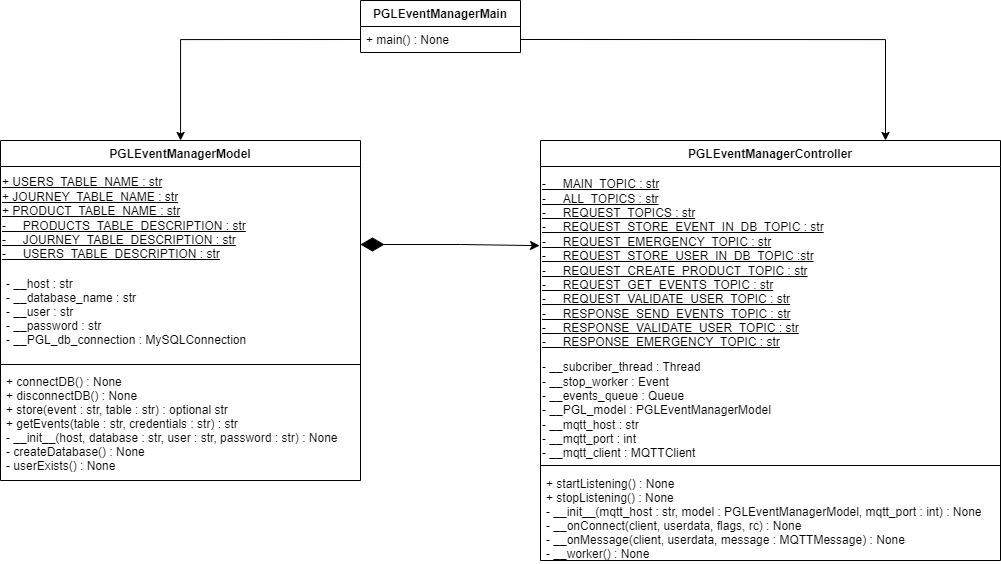
asgersong/PGLEventManager keeps this draw.io diagram as PGLEventManager_ClassDiagram.drawio.png. Above is the earlier version. Source tidied: cells renumbered, new cells last; positions are measured from the earlier drawing's top-left corner, leaving out a move shared by most shapes. The source it was exported from:
```xml
<mxGraphModel>
  <root>
    <mxCell id="0" />
    <mxCell id="1" parent="0" />
    <mxCell id="2" value="PGLEventManagerMain" style="swimlane;fontStyle=1;align=center;verticalAlign=top;horizontal=1;startSize=26;" parent="1" vertex="1">
      <mxGeometry x="360" width="160" height="52" as="geometry" />
    </mxCell>
    <mxCell id="3" value="+ main() : None" style="text;strokeColor=none;fillColor=none;align=left;verticalAlign=top;spacingLeft=4;spacingRight=4;overflow=hidden;points=[[0,0.5],[1,0.5]];portConstraint=eastwest;" parent="2" vertex="1">
      <mxGeometry y="26" width="160" height="26" as="geometry" />
    </mxCell>
    <mxCell id="4" value="PGLEventManagerModel" style="swimlane;fontStyle=1;align=center;verticalAlign=top;horizontal=1;startSize=26;" parent="1" vertex="1">
      <mxGeometry y="140" width="360" height="340" as="geometry" />
    </mxCell>
    <mxCell id="5" value="&lt;u&gt;+ USERS_TABLE_NAME : str&lt;br style=&quot;border-color: var(--border-color); padding: 0px; margin: 0px;&quot;&gt;&lt;span style=&quot;&quot;&gt;+ JOURNEY_TABLE_NAME : str&lt;/span&gt;&lt;br style=&quot;border-color: var(--border-color); padding: 0px; margin: 0px;&quot;&gt;&lt;span style=&quot;&quot;&gt;+ PRODUCT_TABLE_NAME : str&lt;/span&gt;&lt;br style=&quot;border-color: var(--border-color); padding: 0px; margin: 0px;&quot;&gt;&lt;span style=&quot;&quot;&gt;-&amp;nbsp;__PRODUCTS_TABLE_DESCRIPTION : str&lt;/span&gt;&lt;br style=&quot;border-color: var(--border-color); padding: 0px; margin: 0px;&quot;&gt;&lt;span style=&quot;&quot;&gt;-&amp;nbsp;__JOURNEY_TABLE_DESCRIPTION : str&lt;/span&gt;&lt;br style=&quot;border-color: var(--border-color); padding: 0px; margin: 0px;&quot;&gt;&lt;/u&gt;&lt;div style=&quot;&quot;&gt;&lt;span style=&quot;background-color: initial;&quot;&gt;&lt;u&gt;-&amp;nbsp;__USERS_TABLE_DESCRIPTION : str&lt;/u&gt;&lt;/span&gt;&lt;/div&gt;" style="html=1;align=left;strokeColor=none;fillColor=none;" parent="4" vertex="1">
      <mxGeometry y="26" width="360" height="104" as="geometry" />
    </mxCell>
    <mxCell id="6" value="- __host : str&#10;- __database_name : str&#10;- __user : str&#10;- __password : str&#10;- __PGL_db_connection : MySQLConnection" style="text;strokeColor=none;fillColor=none;align=left;verticalAlign=top;spacingLeft=4;spacingRight=4;overflow=hidden;" parent="4" vertex="1">
      <mxGeometry y="130" width="360" height="90" as="geometry" />
    </mxCell>
    <mxCell id="7" style="line;strokeWidth=1;fillColor=none;align=left;verticalAlign=middle;spacingTop=-1;spacingLeft=3;spacingRight=3;labelPosition=right;strokeColor=inherit;" parent="4" vertex="1">
      <mxGeometry y="220" width="360" height="8" as="geometry" />
    </mxCell>
    <mxCell id="8" value="+ connectDB() : None&#10;+ disconnectDB() : None&#10;+ store(event : str, table : str) : optional str&#10;+ getEvents(table : str, credentials : str) : str&#10;- __init__(host, database : str, user : str, password : str) : None&#10;- createDatabase() : None&#10;- userExists() : None&#10;&#10;" style="text;strokeColor=none;fillColor=none;align=left;verticalAlign=top;spacingLeft=4;spacingRight=4;overflow=hidden;" parent="4" vertex="1">
      <mxGeometry y="228" width="360" height="112" as="geometry" />
    </mxCell>
    <mxCell id="9" value="PGLEventManagerController" style="swimlane;fontStyle=1;align=center;verticalAlign=top;horizontal=1;startSize=26;" parent="1" vertex="1">
      <mxGeometry x="540" y="140" width="460" height="420" as="geometry" />
    </mxCell>
    <mxCell id="10" value="&lt;div&gt;- __MAIN_TOPIC : str&lt;/div&gt;&lt;div&gt;- __ALL_TOPICS : str&lt;/div&gt;&lt;div&gt;- __REQUEST_TOPICS : str&lt;/div&gt;&lt;div&gt;&lt;div&gt;- __REQUEST_STORE_EVENT_IN_DB_TOPIC : str&lt;/div&gt;&lt;div&gt;- __REQUEST_EMERGENCY_TOPIC : str&lt;/div&gt;&lt;/div&gt;&lt;div&gt;&lt;div&gt;- __REQUEST_STORE_USER_IN_DB_TOPIC :str&lt;/div&gt;&lt;div&gt;- __REQUEST_CREATE_PRODUCT_TOPIC : str&lt;/div&gt;&lt;div&gt;- __REQUEST_GET_EVENTS_TOPIC : str&lt;/div&gt;&lt;div&gt;- __REQUEST_VALIDATE_USER_TOPIC : str&lt;/div&gt;&lt;div&gt;- __RESPONSE_SEND_EVENTS_TOPIC : str&lt;/div&gt;&lt;div&gt;- __RESPONSE_VALIDATE_USER_TOPIC : str&lt;/div&gt;&lt;div&gt;- __RESPONSE_EMERGENCY_TOPIC : str&lt;/div&gt;&lt;/div&gt;" style="html=1;strokeColor=none;fillColor=none;align=left;fontStyle=4;" parent="9" vertex="1">
      <mxGeometry y="26" width="460" height="194" as="geometry" />
    </mxCell>
    <mxCell id="11" value="- __subcriber_thread : Thread&lt;br&gt;- __stop_worker : Event&lt;br&gt;- __events_queue : Queue&lt;br&gt;- __PGL_model : PGLEventManagerModel&lt;br&gt;- __mqtt_host : str&lt;br&gt;- __mqtt_port : int&lt;br&gt;- __mqtt_client : MQTTClient" style="html=1;strokeColor=none;fillColor=none;align=left;" parent="9" vertex="1">
      <mxGeometry y="220" width="460" height="100" as="geometry" />
    </mxCell>
    <mxCell id="12" style="line;strokeWidth=1;fillColor=none;align=left;verticalAlign=middle;spacingTop=-1;spacingLeft=3;spacingRight=3;labelPosition=right;strokeColor=inherit;" parent="9" vertex="1">
      <mxGeometry y="320" width="460" as="geometry" />
    </mxCell>
    <mxCell id="13" style="line;strokeWidth=1;html=1;perimeter=backbonePerimeter;strokeColor=default;fillColor=none;" parent="9" vertex="1">
      <mxGeometry y="320" width="460" height="10" as="geometry" />
    </mxCell>
    <mxCell id="14" value="+ startListening() : None&#10;+ stopListening() : None&#10;- __init__(mqtt_host : str, model : PGLEventManagerModel, mqtt_port : int) : None&#10;- __onConnect(client, userdata, flags, rc) : None&#10;- __onMessage(client, userdata, message : MQTTMessage) : None&#10;- __worker() : None&#10;" style="text;strokeColor=none;fillColor=none;align=left;verticalAlign=top;spacingLeft=4;spacingRight=4;overflow=hidden;" parent="9" vertex="1">
      <mxGeometry y="330" width="460" height="90" as="geometry" />
    </mxCell>
    <mxCell id="15" style="edgeStyle=orthogonalEdgeStyle;rounded=0;jettySize=auto;html=1;exitX=0;exitY=0.5;exitDx=0;exitDy=0;" parent="1" edge="1" source="3" target="4">
      <mxGeometry relative="1" as="geometry" />
    </mxCell>
    <mxCell id="16" style="edgeStyle=orthogonalEdgeStyle;rounded=0;jettySize=auto;html=1;exitX=1;exitY=0.5;exitDx=0;exitDy=0;entryX=0.75;entryY=0;entryDx=0;entryDy=0;" parent="1" edge="1" source="3" target="9">
      <mxGeometry relative="1" as="geometry" />
    </mxCell>
    <mxCell id="17" style="edgeStyle=orthogonalEdgeStyle;rounded=0;jettySize=auto;html=1;exitX=1;exitY=0.75;exitDx=0;exitDy=0;strokeWidth=1;startArrow=diamondThin;startFill=1;startSize=21;endSize=7;entryX=-0.002;entryY=0.408;entryDx=0;entryDy=0;entryPerimeter=0;" parent="1" edge="1" source="5" target="10">
      <mxGeometry relative="1" as="geometry" />
    </mxCell>
  </root>
</mxGraphModel>
```
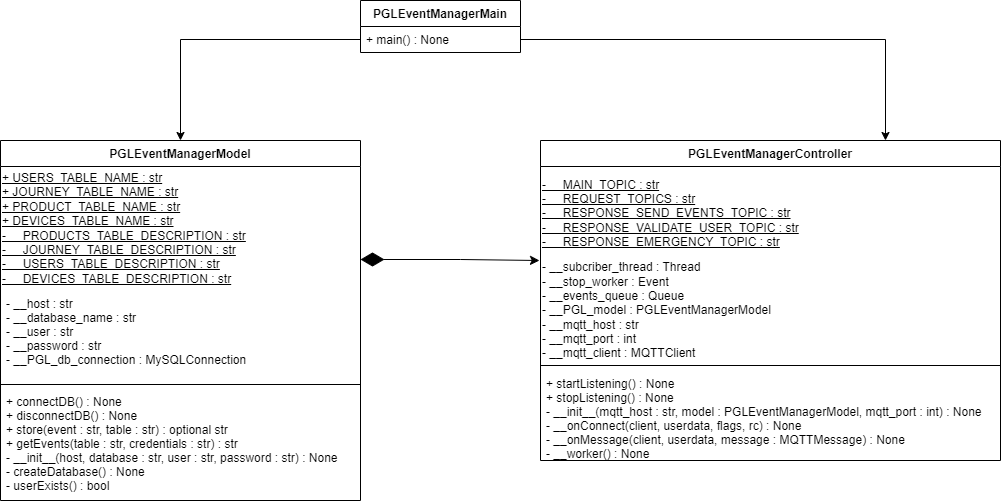
After the commit.

Commit message:
updated class diagram

Diff of the diagram source:
```diff
@@ -9,37 +9,37 @@
       <mxGeometry y="26" width="160" height="26" as="geometry" />
     </mxCell>
     <mxCell id="4" value="PGLEventManagerModel" style="swimlane;fontStyle=1;align=center;verticalAlign=top;horizontal=1;startSize=26;" parent="1" vertex="1">
-      <mxGeometry y="140" width="360" height="340" as="geometry" />
+      <mxGeometry y="140" width="360" height="360" as="geometry" />
     </mxCell>
-    <mxCell id="5" value="&lt;u&gt;+ USERS_TABLE_NAME : str&lt;br style=&quot;border-color: var(--border-color); padding: 0px; margin: 0px;&quot;&gt;&lt;span style=&quot;&quot;&gt;+ JOURNEY_TABLE_NAME : str&lt;/span&gt;&lt;br style=&quot;border-color: var(--border-color); padding: 0px; margin: 0px;&quot;&gt;&lt;span style=&quot;&quot;&gt;+ PRODUCT_TABLE_NAME : str&lt;/span&gt;&lt;br style=&quot;border-color: var(--border-color); padding: 0px; margin: 0px;&quot;&gt;&lt;span style=&quot;&quot;&gt;-&amp;nbsp;__PRODUCTS_TABLE_DESCRIPTION : str&lt;/span&gt;&lt;br style=&quot;border-color: var(--border-color); padding: 0px; margin: 0px;&quot;&gt;&lt;span style=&quot;&quot;&gt;-&amp;nbsp;__JOURNEY_TABLE_DESCRIPTION : str&lt;/span&gt;&lt;br style=&quot;border-color: var(--border-color); padding: 0px; margin: 0px;&quot;&gt;&lt;/u&gt;&lt;div style=&quot;&quot;&gt;&lt;span style=&quot;background-color: initial;&quot;&gt;&lt;u&gt;-&amp;nbsp;__USERS_TABLE_DESCRIPTION : str&lt;/u&gt;&lt;/span&gt;&lt;/div&gt;" style="html=1;align=left;strokeColor=none;fillColor=none;" parent="4" vertex="1">
-      <mxGeometry y="26" width="360" height="104" as="geometry" />
+    <mxCell id="5" value="&lt;u&gt;+ USERS_TABLE_NAME : str&lt;br style=&quot;border-color: var(--border-color); padding: 0px; margin: 0px;&quot;&gt;&lt;span style=&quot;&quot;&gt;+ JOURNEY_TABLE_NAME : str&lt;/span&gt;&lt;br style=&quot;border-color: var(--border-color); padding: 0px; margin: 0px;&quot;&gt;&lt;span style=&quot;&quot;&gt;+ PRODUCT_TABLE_NAME : str&lt;br&gt;&lt;/span&gt;+ DEVICES_TABLE_NAME : str&lt;br style=&quot;border-color: var(--border-color); padding: 0px; margin: 0px;&quot;&gt;&lt;span style=&quot;&quot;&gt;-&amp;nbsp;__PRODUCTS_TABLE_DESCRIPTION : str&lt;/span&gt;&lt;br style=&quot;border-color: var(--border-color); padding: 0px; margin: 0px;&quot;&gt;&lt;span style=&quot;&quot;&gt;-&amp;nbsp;__JOURNEY_TABLE_DESCRIPTION : str&lt;/span&gt;&lt;br style=&quot;border-color: var(--border-color); padding: 0px; margin: 0px;&quot;&gt;&lt;/u&gt;&lt;div style=&quot;&quot;&gt;&lt;span style=&quot;background-color: initial;&quot;&gt;&lt;u&gt;-&amp;nbsp;__USERS_TABLE_DESCRIPTION : str&lt;/u&gt;&lt;/span&gt;&lt;/div&gt;&lt;div style=&quot;&quot;&gt;&lt;span style=&quot;background-color: initial;&quot;&gt;&lt;u&gt;- __DEVICES_TABLE_DESCRIPTION : str&lt;/u&gt;&lt;/span&gt;&lt;/div&gt;" style="html=1;align=left;strokeColor=none;fillColor=none;" parent="4" vertex="1">
+      <mxGeometry y="26" width="360" height="124" as="geometry" />
     </mxCell>
     <mxCell id="6" value="- __host : str&#10;- __database_name : str&#10;- __user : str&#10;- __password : str&#10;- __PGL_db_connection : MySQLConnection" style="text;strokeColor=none;fillColor=none;align=left;verticalAlign=top;spacingLeft=4;spacingRight=4;overflow=hidden;" parent="4" vertex="1">
-      <mxGeometry y="130" width="360" height="90" as="geometry" />
+      <mxGeometry y="150" width="360" height="90" as="geometry" />
     </mxCell>
     <mxCell id="7" style="line;strokeWidth=1;fillColor=none;align=left;verticalAlign=middle;spacingTop=-1;spacingLeft=3;spacingRight=3;labelPosition=right;strokeColor=inherit;" parent="4" vertex="1">
-      <mxGeometry y="220" width="360" height="8" as="geometry" />
+      <mxGeometry y="240" width="360" height="8" as="geometry" />
     </mxCell>
-    <mxCell id="8" value="+ connectDB() : None&#10;+ disconnectDB() : None&#10;+ store(event : str, table : str) : optional str&#10;+ getEvents(table : str, credentials : str) : str&#10;- __init__(host, database : str, user : str, password : str) : None&#10;- createDatabase() : None&#10;- userExists() : None&#10;&#10;" style="text;strokeColor=none;fillColor=none;align=left;verticalAlign=top;spacingLeft=4;spacingRight=4;overflow=hidden;" parent="4" vertex="1">
-      <mxGeometry y="228" width="360" height="112" as="geometry" />
+    <mxCell id="8" value="+ connectDB() : None&#10;+ disconnectDB() : None&#10;+ store(event : str, table : str) : optional str&#10;+ getEvents(table : str, credentials : str) : str&#10;- __init__(host, database : str, user : str, password : str) : None&#10;- createDatabase() : None&#10;- userExists() : bool&#10;&#10;" style="text;strokeColor=none;fillColor=none;align=left;verticalAlign=top;spacingLeft=4;spacingRight=4;overflow=hidden;" parent="4" vertex="1">
+      <mxGeometry y="248" width="360" height="112" as="geometry" />
     </mxCell>
     <mxCell id="9" value="PGLEventManagerController" style="swimlane;fontStyle=1;align=center;verticalAlign=top;horizontal=1;startSize=26;" parent="1" vertex="1">
-      <mxGeometry x="540" y="140" width="460" height="420" as="geometry" />
+      <mxGeometry x="540" y="140" width="460" height="320" as="geometry" />
     </mxCell>
-    <mxCell id="10" value="&lt;div&gt;- __MAIN_TOPIC : str&lt;/div&gt;&lt;div&gt;- __ALL_TOPICS : str&lt;/div&gt;&lt;div&gt;- __REQUEST_TOPICS : str&lt;/div&gt;&lt;div&gt;&lt;div&gt;- __REQUEST_STORE_EVENT_IN_DB_TOPIC : str&lt;/div&gt;&lt;div&gt;- __REQUEST_EMERGENCY_TOPIC : str&lt;/div&gt;&lt;/div&gt;&lt;div&gt;&lt;div&gt;- __REQUEST_STORE_USER_IN_DB_TOPIC :str&lt;/div&gt;&lt;div&gt;- __REQUEST_CREATE_PRODUCT_TOPIC : str&lt;/div&gt;&lt;div&gt;- __REQUEST_GET_EVENTS_TOPIC : str&lt;/div&gt;&lt;div&gt;- __REQUEST_VALIDATE_USER_TOPIC : str&lt;/div&gt;&lt;div&gt;- __RESPONSE_SEND_EVENTS_TOPIC : str&lt;/div&gt;&lt;div&gt;- __RESPONSE_VALIDATE_USER_TOPIC : str&lt;/div&gt;&lt;div&gt;- __RESPONSE_EMERGENCY_TOPIC : str&lt;/div&gt;&lt;/div&gt;" style="html=1;strokeColor=none;fillColor=none;align=left;fontStyle=4;" parent="9" vertex="1">
-      <mxGeometry y="26" width="460" height="194" as="geometry" />
+    <mxCell id="10" value="&lt;div&gt;- __MAIN_TOPIC : str&lt;/div&gt;&lt;div&gt;- __REQUEST_TOPICS : str&lt;/div&gt;&lt;div&gt;&lt;div&gt;- __RESPONSE_SEND_EVENTS_TOPIC : str&lt;/div&gt;&lt;div&gt;- __RESPONSE_VALIDATE_USER_TOPIC : str&lt;/div&gt;&lt;div&gt;- __RESPONSE_EMERGENCY_TOPIC : str&lt;/div&gt;&lt;/div&gt;" style="html=1;strokeColor=none;fillColor=none;align=left;fontStyle=4;" parent="9" vertex="1">
+      <mxGeometry y="26" width="460" height="94" as="geometry" />
     </mxCell>
     <mxCell id="11" value="- __subcriber_thread : Thread&lt;br&gt;- __stop_worker : Event&lt;br&gt;- __events_queue : Queue&lt;br&gt;- __PGL_model : PGLEventManagerModel&lt;br&gt;- __mqtt_host : str&lt;br&gt;- __mqtt_port : int&lt;br&gt;- __mqtt_client : MQTTClient" style="html=1;strokeColor=none;fillColor=none;align=left;" parent="9" vertex="1">
-      <mxGeometry y="220" width="460" height="100" as="geometry" />
+      <mxGeometry y="120" width="460" height="100" as="geometry" />
     </mxCell>
     <mxCell id="12" style="line;strokeWidth=1;fillColor=none;align=left;verticalAlign=middle;spacingTop=-1;spacingLeft=3;spacingRight=3;labelPosition=right;strokeColor=inherit;" parent="9" vertex="1">
-      <mxGeometry y="320" width="460" as="geometry" />
+      <mxGeometry y="220" width="460" as="geometry" />
     </mxCell>
     <mxCell id="13" style="line;strokeWidth=1;html=1;perimeter=backbonePerimeter;strokeColor=default;fillColor=none;" parent="9" vertex="1">
-      <mxGeometry y="320" width="460" height="10" as="geometry" />
+      <mxGeometry y="220" width="460" height="10" as="geometry" />
     </mxCell>
     <mxCell id="14" value="+ startListening() : None&#10;+ stopListening() : None&#10;- __init__(mqtt_host : str, model : PGLEventManagerModel, mqtt_port : int) : None&#10;- __onConnect(client, userdata, flags, rc) : None&#10;- __onMessage(client, userdata, message : MQTTMessage) : None&#10;- __worker() : None&#10;" style="text;strokeColor=none;fillColor=none;align=left;verticalAlign=top;spacingLeft=4;spacingRight=4;overflow=hidden;" parent="9" vertex="1">
-      <mxGeometry y="330" width="460" height="90" as="geometry" />
+      <mxGeometry y="230" width="460" height="90" as="geometry" />
     </mxCell>
     <mxCell id="15" style="edgeStyle=orthogonalEdgeStyle;rounded=0;jettySize=auto;html=1;exitX=0;exitY=0.5;exitDx=0;exitDy=0;" parent="1" edge="1" source="3" target="4">
       <mxGeometry relative="1" as="geometry" />
@@ -47,8 +47,14 @@
     <mxCell id="16" style="edgeStyle=orthogonalEdgeStyle;rounded=0;jettySize=auto;html=1;exitX=1;exitY=0.5;exitDx=0;exitDy=0;entryX=0.75;entryY=0;entryDx=0;entryDy=0;" parent="1" edge="1" source="3" target="9">
       <mxGeometry relative="1" as="geometry" />
     </mxCell>
-    <mxCell id="17" style="edgeStyle=orthogonalEdgeStyle;rounded=0;jettySize=auto;html=1;exitX=1;exitY=0.75;exitDx=0;exitDy=0;strokeWidth=1;startArrow=diamondThin;startFill=1;startSize=21;endSize=7;entryX=-0.002;entryY=0.408;entryDx=0;entryDy=0;entryPerimeter=0;" parent="1" edge="1" source="5" target="10">
-      <mxGeometry relative="1" as="geometry" />
+    <mxCell id="17" style="edgeStyle=orthogonalEdgeStyle;rounded=0;jettySize=auto;html=1;exitX=1;exitY=0.75;exitDx=0;exitDy=0;strokeWidth=1;startArrow=diamondThin;startFill=1;startSize=21;endSize=7;" parent="1" edge="1" source="5">
+      <mxGeometry relative="1" as="geometry">
+        <mxPoint x="539" y="260" as="targetPoint" />
+        <Array as="points">
+          <mxPoint x="460" y="259" />
+          <mxPoint x="539" y="260" />
+        </Array>
+      </mxGeometry>
     </mxCell>
   </root>
 </mxGraphModel>
```
